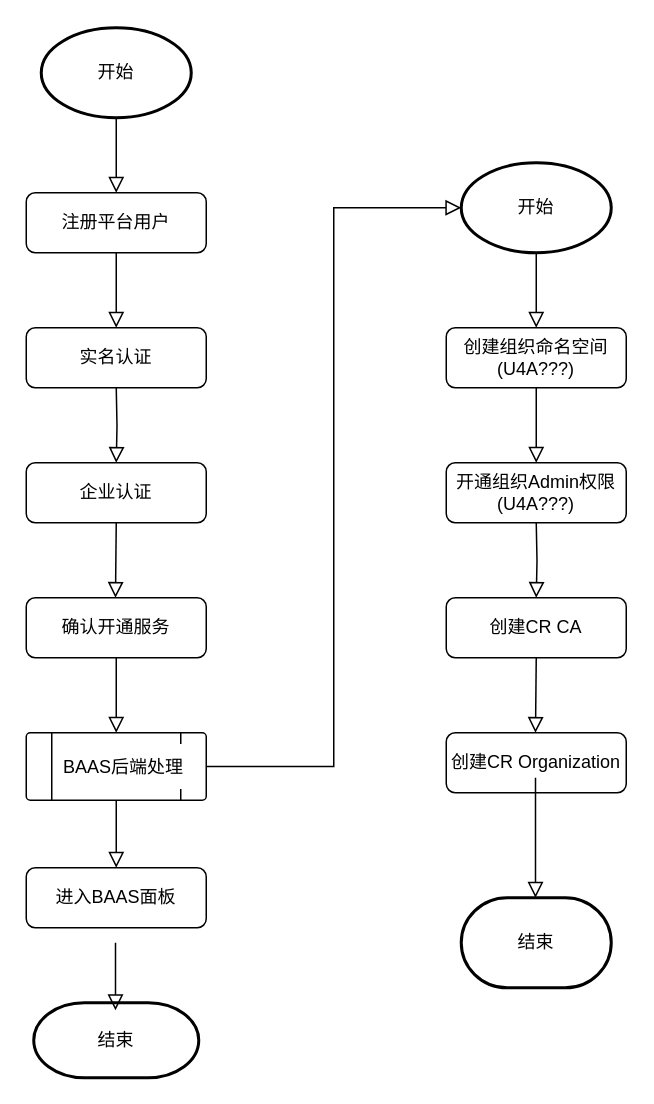
Earlier version of the draw.io diagram dev_design/process-design/baas-startup.drawio (bestchains/product-design). Source tidied: cells renumbered, new cells numbered last; positions are measured from the earlier drawing's top-left corner, leaving out a move shared by most shapes. Both pictures are drawn from the tidied source at 150%, with x=0, y=0 at pixel (26, 27).
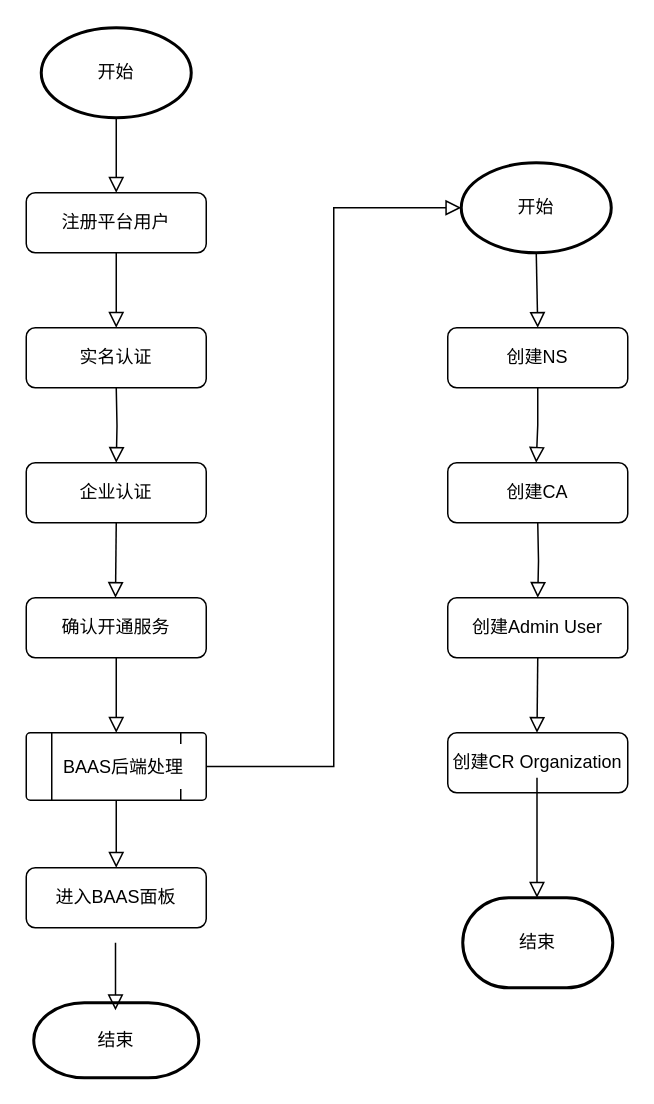
Above is the later version.

Commit message (it also covers changes not shown here):
feat: add a new crd User

The edit, as a diff of the source:
```diff
@@
-    <mxCell id="14" value="创建组织命名空间&lt;br&gt;(U4A???)" style="rounded=1;whiteSpace=wrap;html=1;fontSize=12;glass=0;strokeWidth=1;shadow=0;" parent="1" vertex="1">
-      <mxGeometry x="280" y="200" width="120" height="40" as="geometry" />
+    <mxCell id="14" value="创建NS" style="rounded=1;whiteSpace=wrap;html=1;fontSize=12;glass=0;strokeWidth=1;shadow=0;" parent="1" vertex="1">
+      <mxGeometry x="281" y="200" width="120" height="40" as="geometry" />
     </mxCell>
-    <mxCell id="15" value="开通组织Admin权限&lt;br&gt;(U4A???)" style="rounded=1;whiteSpace=wrap;html=1;fontSize=12;glass=0;strokeWidth=1;shadow=0;" parent="1" vertex="1">
-      <mxGeometry x="280" y="290" width="120" height="40" as="geometry" />
+    <mxCell id="15" value="创建CA" style="rounded=1;whiteSpace=wrap;html=1;fontSize=12;glass=0;strokeWidth=1;shadow=0;" parent="1" vertex="1">
+      <mxGeometry x="281" y="290" width="120" height="40" as="geometry" />
     </mxCell>
-    <mxCell id="16" value="创建CR CA" style="rounded=1;whiteSpace=wrap;html=1;fontSize=12;glass=0;strokeWidth=1;shadow=0;" parent="1" vertex="1">
-      <mxGeometry x="280" y="380" width="120" height="40" as="geometry" />
+    <mxCell id="16" value="创建Admin User" style="rounded=1;whiteSpace=wrap;html=1;fontSize=12;glass=0;strokeWidth=1;shadow=0;" parent="1" vertex="1">
+      <mxGeometry x="281" y="380" width="120" height="40" as="geometry" />
     </mxCell>
@@
     <mxCell id="18" style="rounded=0;html=1;jettySize=auto;fontSize=11;endArrow=block;endFill=0;endSize=8;strokeWidth=1;shadow=0;labelBackgroundColor=none;edgeStyle=orthogonalEdgeStyle;entryX=0.5;entryY=0;entryDx=0;entryDy=0;" parent="1" edge="1" target="16">
       <mxGeometry relative="1" as="geometry">
-        <mxPoint x="340" y="330" as="sourcePoint" />
+        <mxPoint x="341" y="330" as="sourcePoint" />
       </mxGeometry>
     </mxCell>
     <mxCell id="19" value="创建CR Organization" style="rounded=1;whiteSpace=wrap;html=1;fontSize=12;glass=0;strokeWidth=1;shadow=0;" parent="1" vertex="1">
-      <mxGeometry x="280" y="470" width="120" height="40" as="geometry" />
+      <mxGeometry x="281" y="470" width="120" height="40" as="geometry" />
     </mxCell>
     <mxCell id="20" style="rounded=0;html=1;jettySize=auto;fontSize=11;endArrow=block;endFill=0;endSize=8;strokeWidth=1;shadow=0;labelBackgroundColor=none;entryX=0.5;entryY=0;entryDx=0;entryDy=0;exitX=0.5;exitY=1;exitDx=0;exitDy=0;" parent="1" edge="1" source="16">
       <mxGeometry relative="1" as="geometry">
-        <mxPoint x="339.5" y="470" as="targetPoint" />
+        <mxPoint x="340.5" y="470" as="targetPoint" />
       </mxGeometry>
     </mxCell>
     <mxCell id="21" style="rounded=0;html=1;jettySize=auto;orthogonalLoop=1;fontSize=11;endArrow=block;endFill=0;endSize=8;strokeWidth=1;shadow=0;labelBackgroundColor=none;" parent="1" edge="1">
       <mxGeometry relative="1" as="geometry">
-        <mxPoint x="339.5" y="500" as="sourcePoint" />
-        <mxPoint x="339.5" y="580" as="targetPoint" />
+        <mxPoint x="340.5" y="500" as="sourcePoint" />
+        <mxPoint x="340.5" y="580" as="targetPoint" />
       </mxGeometry>
     </mxCell>
@@
     <mxCell id="23" value="结束" style="strokeWidth=2;html=1;shape=mxgraph.flowchart.terminator;whiteSpace=wrap;" parent="1" vertex="1">
-      <mxGeometry x="290" y="580" width="100" height="60" as="geometry" />
+      <mxGeometry x="291" y="580" width="100" height="60" as="geometry" />
     </mxCell>
```
